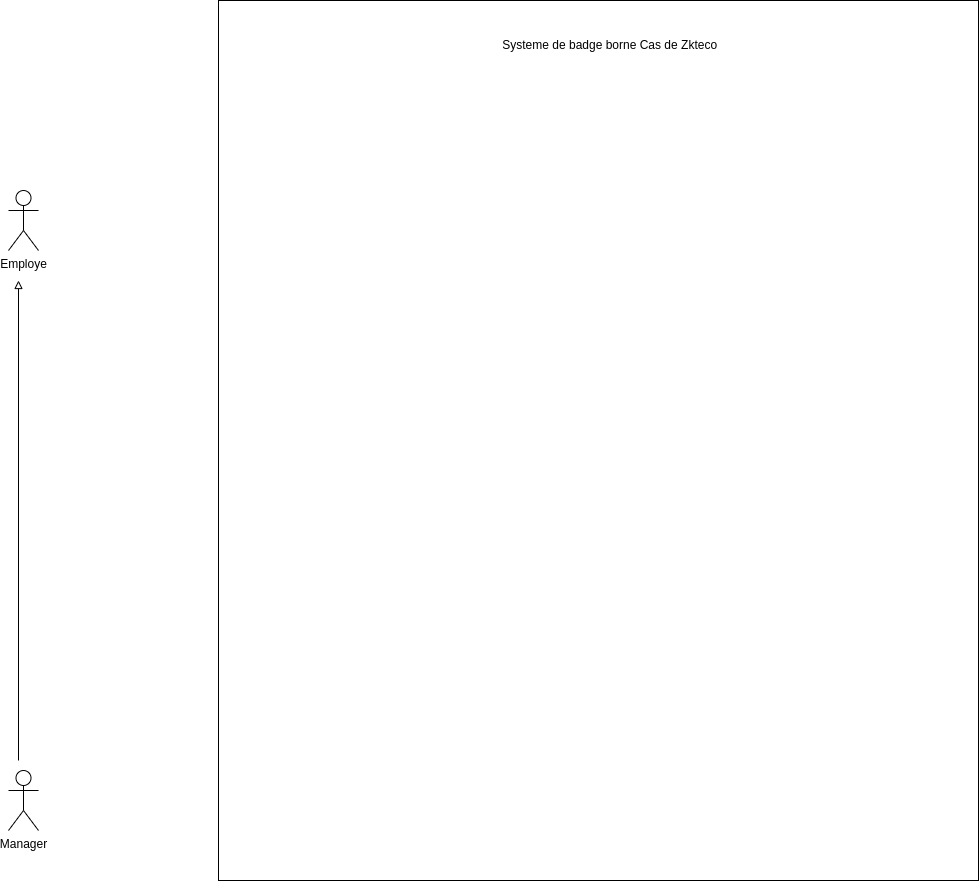
Before: static/UsecaseZkteco.drawio.png, a diagram exported from draw.io (Siluearsene/borne_biometrique). Source tidied: cells renumbered, new cells last; positions are measured from the earlier drawing's top-left corner, leaving out a move shared by most shapes.
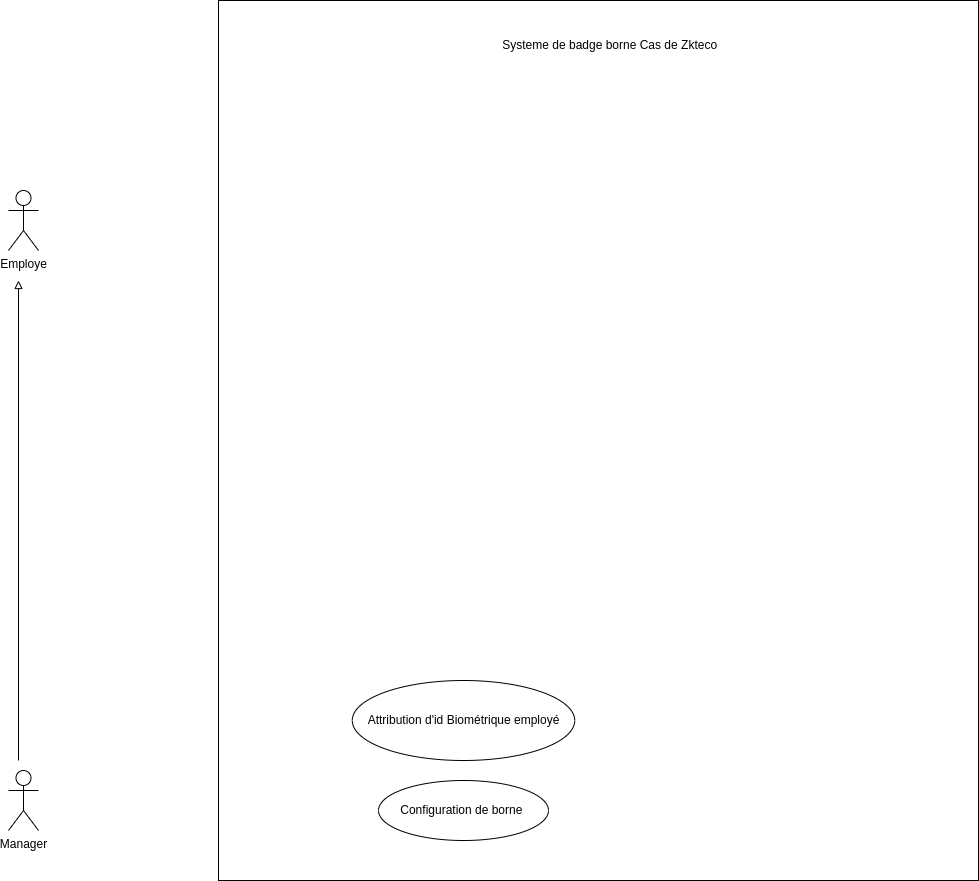
After the commit.

Commit message:
Mettre à jour UsecaseZkteco.drawio.png

The edit, as a diff of the source:
```diff
@@ -20,5 +20,11 @@
         <mxPoint x="10" y="280" as="targetPoint" />
       </mxGeometry>
     </mxCell>
+    <mxCell id="7" value="Configuration de borne&amp;nbsp;" style="ellipse;whiteSpace=wrap;html=1;" parent="1" vertex="1">
+      <mxGeometry x="370" y="780" width="170" height="60" as="geometry" />
+    </mxCell>
+    <mxCell id="8" value="Attribution d'id Biométrique employé" style="ellipse;whiteSpace=wrap;html=1;" parent="1" vertex="1">
+      <mxGeometry x="343.8" y="680" width="222.5" height="80" as="geometry" />
+    </mxCell>
   </root>
 </mxGraphModel>
```
